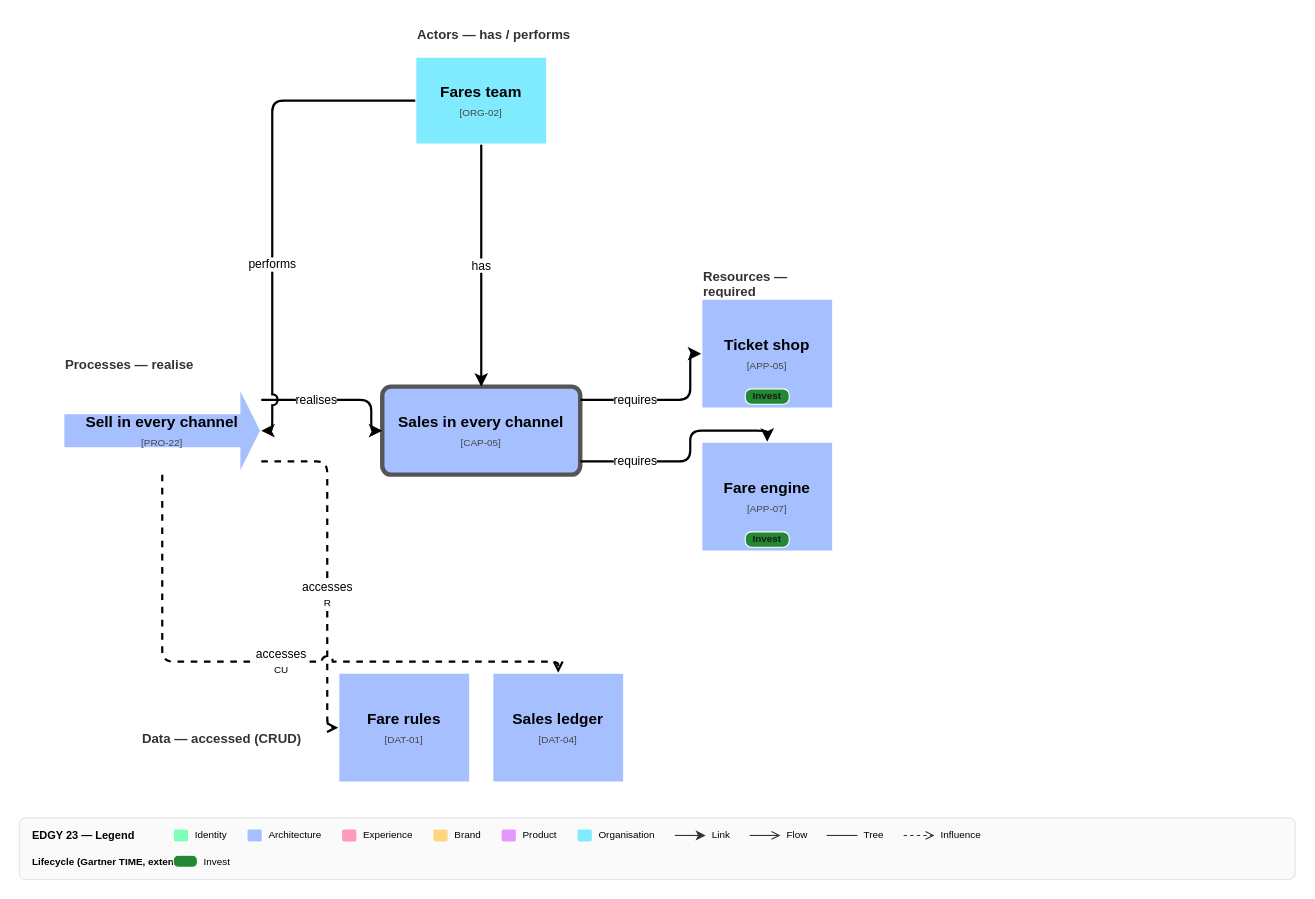
Above: page "Capability · CAP-05 Sales in every channel" (1 of 4) of skills/documentation/edgy-diagram/examples/expected-capability-view.drawio in Rahola/edgy-skills (draw.io), before the change. Source tidied: cells renumbered, new cells numbered last; positions are measured from the earlier drawing's top-left corner, leaving out a move shared by most shapes. Both pictures are drawn from the tidied source at 110%, with x=0, y=0 at pixel (19, 19).
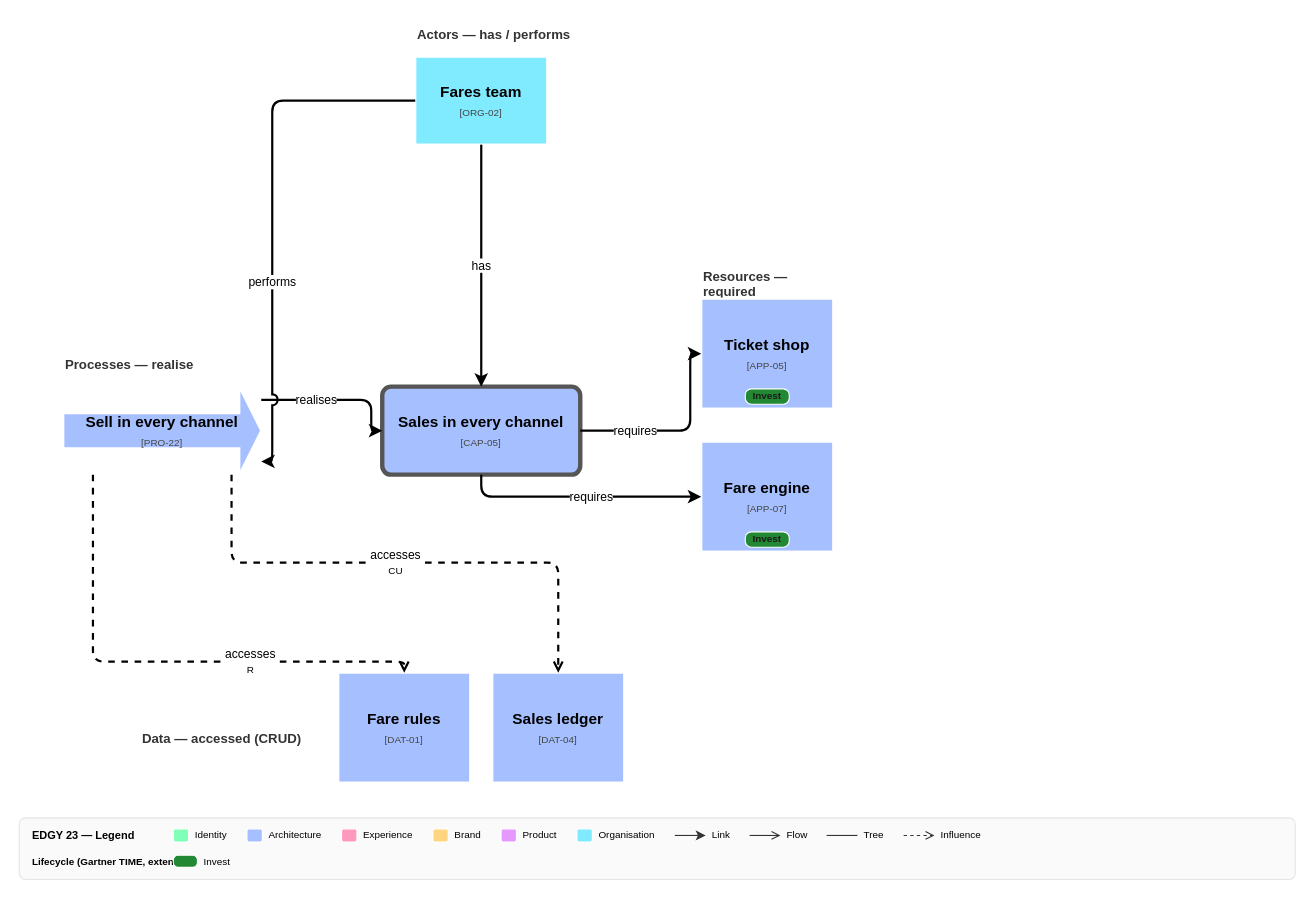
After the change.

Unchanged cells that the change refers to:
```xml
<mxCell id="6" value="&lt;b&gt;Sales in every channel&lt;/b&gt;&lt;br&gt;&lt;font style=&quot;font-size:9px;color:#444444;font-weight:normal&quot;&gt;[CAP-05]&lt;/font&gt;" style="rounded=1;whiteSpace=wrap;html=1;fillColor=#a6c0ff;strokeColor=#555555;strokeWidth=4;arcSize=10;verticalAlign=middle;fontStyle=1;fontSize=14;edgyId=CAP-05;edgyType=capability;edgyFacet=architecture;edgyOcc=capability-cap-05-sales-in-every-channel/6;" parent="1" vertex="1">
  <mxGeometry x="330" y="334" width="180" height="80" as="geometry" />
</mxCell>
<mxCell id="7" value="&lt;b&gt;Sell in every channel&lt;/b&gt;&lt;br&gt;&lt;font style=&quot;font-size:9px;color:#444444;font-weight:normal&quot;&gt;[PRO-22]&lt;/font&gt;" style="shape=mxgraph.arrows2.arrow;dy=0.6;dx=20;notch=0;whiteSpace=wrap;html=1;fillColor=#a6c0ff;strokeColor=#FFFFFF;strokeWidth=2;verticalAlign=middle;fontStyle=1;fontSize=14;edgyId=PRO-22;edgyType=process;edgyFacet=architecture;edgyOcc=capability-cap-05-sales-in-every-channel/7;" parent="1" vertex="1">
  <mxGeometry x="40" y="334" width="180" height="80" as="geometry" />
</mxCell>
<mxCell id="8" value="&lt;b&gt;Ticket shop&lt;/b&gt;&lt;br&gt;&lt;font style=&quot;font-size:9px;color:#444444;font-weight:normal&quot;&gt;[APP-05]&lt;/font&gt;" style="whiteSpace=wrap;html=1;fillColor=#a6c0ff;strokeColor=#FFFFFF;strokeWidth=2;verticalAlign=middle;fontStyle=1;fontSize=14;edgyId=APP-05;edgyType=asset;edgyKind=application;edgyFacet=architecture;edgyOcc=capability-cap-05-sales-in-every-channel/8;" parent="1" vertex="1">
  <mxGeometry x="620" y="254" width="120" height="100" as="geometry" />
</mxCell>
<mxCell id="10" value="&lt;b&gt;Fare engine&lt;/b&gt;&lt;br&gt;&lt;font style=&quot;font-size:9px;color:#444444;font-weight:normal&quot;&gt;[APP-07]&lt;/font&gt;" style="whiteSpace=wrap;html=1;fillColor=#a6c0ff;strokeColor=#FFFFFF;strokeWidth=2;verticalAlign=middle;fontStyle=1;fontSize=14;edgyId=APP-07;edgyType=asset;edgyKind=application;edgyFacet=architecture;edgyOcc=capability-cap-05-sales-in-every-channel/10;" parent="1" vertex="1">
  <mxGeometry x="620" y="384" width="120" height="100" as="geometry" />
</mxCell>
<mxCell id="12" value="&lt;b&gt;Fares team&lt;/b&gt;&lt;br&gt;&lt;font style=&quot;font-size:9px;color:#444444;font-weight:normal&quot;&gt;[ORG-02]&lt;/font&gt;" style="whiteSpace=wrap;html=1;fillColor=#80eaff;strokeColor=#FFFFFF;strokeWidth=2;verticalAlign=middle;fontStyle=1;fontSize=14;edgyId=ORG-02;edgyType=organisation;edgyFacet=intersection;edgyOcc=capability-cap-05-sales-in-every-channel/12;" parent="1" vertex="1">
  <mxGeometry x="360" y="34" width="120" height="80" as="geometry" />
</mxCell>
<mxCell id="13" value="&lt;b&gt;Fare rules&lt;/b&gt;&lt;br&gt;&lt;font style=&quot;font-size:9px;color:#444444;font-weight:normal&quot;&gt;[DAT-01]&lt;/font&gt;" style="whiteSpace=wrap;html=1;fillColor=#a6c0ff;strokeColor=#FFFFFF;strokeWidth=2;verticalAlign=middle;fontStyle=1;fontSize=14;edgyId=DAT-01;edgyType=asset;edgyKind=data;edgyFacet=architecture;edgyOcc=capability-cap-05-sales-in-every-channel/13;" parent="1" vertex="1">
  <mxGeometry x="290" y="594" width="120" height="100" as="geometry" />
</mxCell>
<mxCell id="14" value="&lt;b&gt;Sales ledger&lt;/b&gt;&lt;br&gt;&lt;font style=&quot;font-size:9px;color:#444444;font-weight:normal&quot;&gt;[DAT-04]&lt;/font&gt;" style="whiteSpace=wrap;html=1;fillColor=#a6c0ff;strokeColor=#FFFFFF;strokeWidth=2;verticalAlign=middle;fontStyle=1;fontSize=14;edgyId=DAT-04;edgyType=asset;edgyKind=data;edgyFacet=architecture;edgyOcc=capability-cap-05-sales-in-every-channel/14;" parent="1" vertex="1">
  <mxGeometry x="430" y="594" width="120" height="100" as="geometry" />
</mxCell>
```

What changed in the source:
```diff
@@
-    <mxCell id="16" value="requires" style="edgeStyle=orthogonalEdgeStyle;rounded=1;strokeWidth=2;fontSize=11;html=1;jumpStyle=arc;jumpSize=8;labelBackgroundColor=#ffffff;labelBorderColor=none;endArrow=classic;endFill=1;exitX=1.0;exitY=0.15;exitDx=0;exitDy=0;entryX=0.0;entryY=0.5;entryDx=0;entryDy=0;" parent="1" edge="1" source="6" target="8">
-      <mxGeometry x="-0.34" relative="1" as="geometry">
+    <mxCell id="16" value="requires" style="edgeStyle=orthogonalEdgeStyle;rounded=1;strokeWidth=2;fontSize=11;html=1;jumpStyle=arc;jumpSize=8;labelBackgroundColor=#ffffff;labelBorderColor=none;endArrow=classic;endFill=1;exitX=1.0;exitY=0.5;exitDx=0;exitDy=0;entryX=0.0;entryY=0.5;entryDx=0;entryDy=0;" parent="1" edge="1" source="6" target="8">
+      <mxGeometry x="-0.44" relative="1" as="geometry">
         <Array as="points">
-          <mxPoint x="520" y="346" />
-          <mxPoint x="610" y="346" />
+          <mxPoint x="520" y="374" />
+          <mxPoint x="610" y="374" />
           <mxPoint x="610" y="304" />
         </Array>
       </mxGeometry>
     </mxCell>
-    <mxCell id="17" value="requires" style="edgeStyle=orthogonalEdgeStyle;rounded=1;strokeWidth=2;fontSize=11;html=1;jumpStyle=arc;jumpSize=8;labelBackgroundColor=#ffffff;labelBorderColor=none;endArrow=classic;endFill=1;exitX=1.0;exitY=0.85;exitDx=0;exitDy=0;entryX=0.5;entryY=0.0;entryDx=0;entryDy=0;" parent="1" edge="1" source="6" target="10">
-      <mxGeometry x="-0.52" relative="1" as="geometry">
+    <mxCell id="17" value="requires" style="edgeStyle=orthogonalEdgeStyle;rounded=1;strokeWidth=2;fontSize=11;html=1;jumpStyle=arc;jumpSize=8;labelBackgroundColor=#ffffff;labelBorderColor=none;endArrow=classic;endFill=1;exitX=0.5;exitY=1.0;exitDx=0;exitDy=0;entryX=0.0;entryY=0.5;entryDx=0;entryDy=0;" parent="1" edge="1" source="6" target="10">
+      <mxGeometry x="0.09" relative="1" as="geometry">
         <Array as="points">
-          <mxPoint x="520" y="402" />
-          <mxPoint x="610" y="402" />
-          <mxPoint x="610" y="374" />
-          <mxPoint x="680" y="374" />
+          <mxPoint x="420" y="424" />
+          <mxPoint x="420" y="434" />
+          <mxPoint x="610" y="434" />
         </Array>
       </mxGeometry>
     </mxCell>
@@
-    <mxCell id="19" value="performs" style="edgeStyle=orthogonalEdgeStyle;rounded=1;strokeWidth=2;fontSize=11;html=1;jumpStyle=arc;jumpSize=8;labelBackgroundColor=#ffffff;labelBorderColor=none;endArrow=classic;endFill=1;exitX=0.0;exitY=0.5;exitDx=0;exitDy=0;entryX=1.0;entryY=0.5;entryDx=0;entryDy=0;" parent="1" edge="1" source="12" target="7">
-      <mxGeometry x="0.27" relative="1" as="geometry">
+    <mxCell id="19" value="performs" style="edgeStyle=orthogonalEdgeStyle;rounded=1;strokeWidth=2;fontSize=11;html=1;jumpStyle=arc;jumpSize=8;labelBackgroundColor=#ffffff;labelBorderColor=none;endArrow=classic;endFill=1;exitX=0.0;exitY=0.5;exitDx=0;exitDy=0;entryX=1.0;entryY=0.85;entryDx=0;entryDy=0;" parent="1" edge="1" source="12" target="7">
+      <mxGeometry x="0.26" relative="1" as="geometry">
         <Array as="points">
           <mxPoint x="350" y="74" />
           <mxPoint x="230" y="74" />
-          <mxPoint x="230" y="374" />
+          <mxPoint x="230" y="402" />
         </Array>
       </mxGeometry>
     </mxCell>
-    <mxCell id="20" value="accesses&lt;br&gt;&lt;font style=&quot;font-size:9px&quot;&gt;R&lt;/font&gt;" style="edgeStyle=orthogonalEdgeStyle;rounded=1;strokeWidth=2;fontSize=11;html=1;jumpStyle=arc;jumpSize=8;labelBackgroundColor=#ffffff;labelBorderColor=none;endArrow=open;endFill=0;dashed=1;exitX=1.0;exitY=0.85;exitDx=0;exitDy=0;entryX=0.0;entryY=0.5;entryDx=0;entryDy=0;" parent="1" edge="1" source="7" target="13">
-      <mxGeometry x="0.16" relative="1" as="geometry">
+    <mxCell id="20" value="accesses&lt;br&gt;&lt;font style=&quot;font-size:9px&quot;&gt;R&lt;/font&gt;" style="edgeStyle=orthogonalEdgeStyle;rounded=1;strokeWidth=2;fontSize=11;html=1;jumpStyle=arc;jumpSize=8;labelBackgroundColor=#ffffff;labelBorderColor=none;endArrow=open;endFill=0;dashed=1;exitX=0.15;exitY=1.0;exitDx=0;exitDy=0;entryX=0.5;entryY=0.0;entryDx=0;entryDy=0;" parent="1" edge="1" source="7" target="13">
+      <mxGeometry x="0.35" relative="1" as="geometry">
         <Array as="points">
-          <mxPoint x="230" y="402" />
-          <mxPoint x="280" y="402" />
-          <mxPoint x="280" y="644" />
+          <mxPoint x="67" y="424" />
+          <mxPoint x="67" y="584" />
+          <mxPoint x="350" y="584" />
         </Array>
       </mxGeometry>
     </mxCell>
-    <mxCell id="21" value="accesses&lt;br&gt;&lt;font style=&quot;font-size:9px&quot;&gt;CU&lt;/font&gt;" style="edgeStyle=orthogonalEdgeStyle;rounded=1;strokeWidth=2;fontSize=11;html=1;jumpStyle=arc;jumpSize=8;labelBackgroundColor=#ffffff;labelBorderColor=none;endArrow=open;endFill=0;dashed=1;exitX=0.5;exitY=1.0;exitDx=0;exitDy=0;entryX=0.5;entryY=0.0;entryDx=0;entryDy=0;" parent="1" edge="1" source="7" target="14">
-      <mxGeometry x="0.03" relative="1" as="geometry">
+    <mxCell id="21" value="accesses&lt;br&gt;&lt;font style=&quot;font-size:9px&quot;&gt;CU&lt;/font&gt;" style="edgeStyle=orthogonalEdgeStyle;rounded=1;strokeWidth=2;fontSize=11;html=1;jumpStyle=arc;jumpSize=8;labelBackgroundColor=#ffffff;labelBorderColor=none;endArrow=open;endFill=0;dashed=1;exitX=0.85;exitY=1.0;exitDx=0;exitDy=0;entryX=0.5;entryY=0.0;entryDx=0;entryDy=0;" parent="1" edge="1" source="7" target="14">
+      <mxGeometry x="-0.04" relative="1" as="geometry">
         <Array as="points">
-          <mxPoint x="130" y="424" />
-          <mxPoint x="130" y="584" />
+          <mxPoint x="193" y="424" />
+          <mxPoint x="193" y="494" />
+          <mxPoint x="490" y="494" />
           <mxPoint x="490" y="584" />
         </Array>
       </mxGeometry>
     </mxCell>
```
